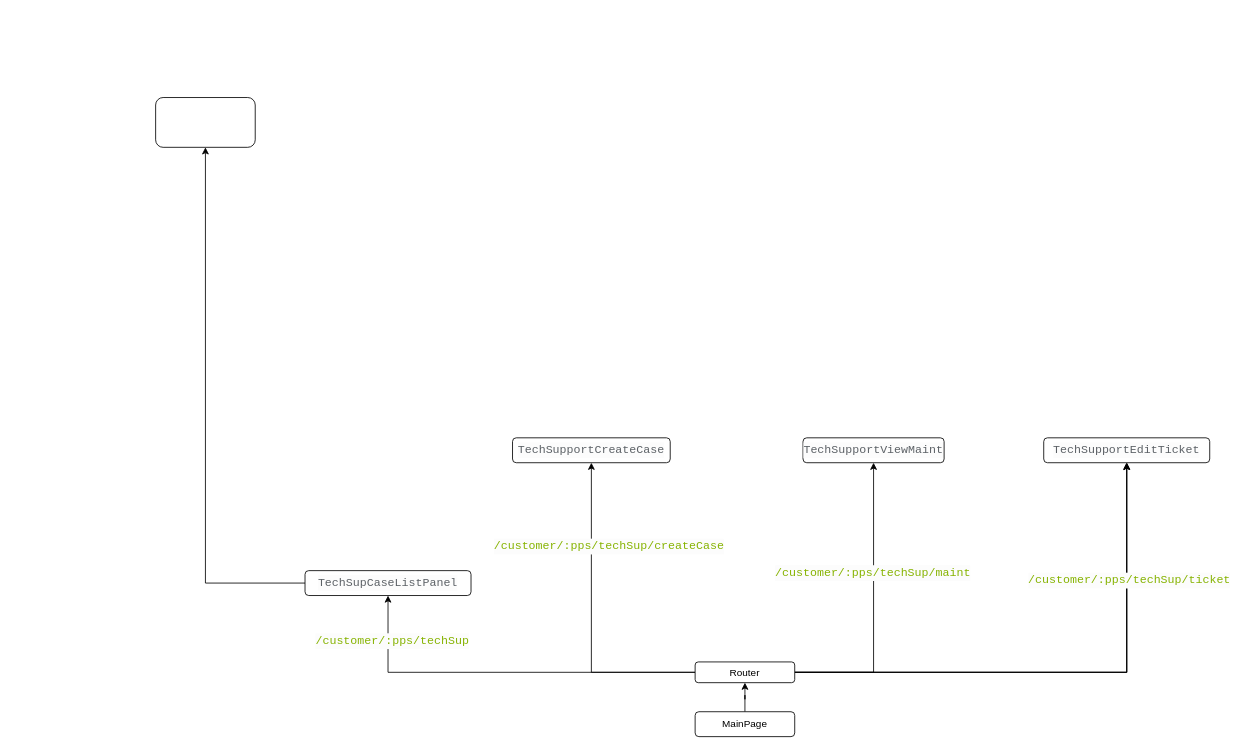
Above: aiom_render_tree.drawio in guidecheckwang1024/- (draw.io), before the change. Source tidied: cells renumbered, new cells numbered last; positions are measured from the earlier drawing's top-left corner, leaving out a move shared by most shapes. Both pictures are drawn from the tidied source at 83%, with x=0, y=0 at pixel (155, 97).
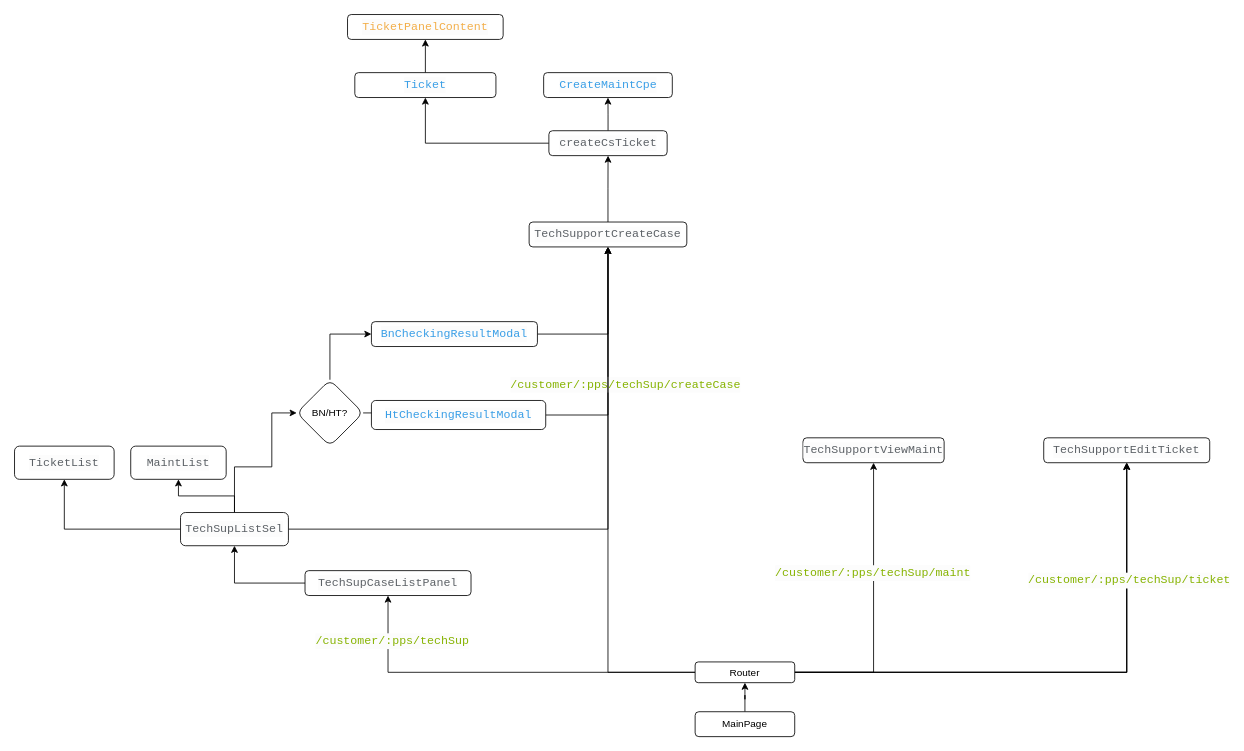
The same diagram, later.

What changed in the source:
```diff
@@
+    <mxCell id="21" style="edgeStyle=orthogonalEdgeStyle;rounded=0;jettySize=auto;html=1;" parent="1" edge="1" source="17" target="37">
+      <mxGeometry relative="1" as="geometry" />
+    </mxCell>
     <mxCell id="17" value="&lt;div style=&quot;color: rgb(92, 97, 102); background-color: rgb(252, 252, 252); font-family: Consolas, &amp;quot;Courier New&amp;quot;, monospace; font-size: 14px; line-height: 19px;&quot;&gt;TechSupportCreateCase&lt;/div&gt;" style="whiteSpace=wrap;html=1;rounded=1;" parent="1" vertex="1">
-      <mxGeometry x="430" y="410" width="190" height="30" as="geometry" />
+      <mxGeometry x="450" y="150" width="190" height="30" as="geometry" />
     </mxCell>
@@
+    <mxCell id="22" style="edgeStyle=orthogonalEdgeStyle;rounded=0;jettySize=auto;html=1;" parent="1" edge="1" source="20" target="26">
+      <mxGeometry relative="1" as="geometry" />
+    </mxCell>
+    <mxCell id="23" style="edgeStyle=orthogonalEdgeStyle;rounded=0;jettySize=auto;html=1;" parent="1" edge="1" source="20" target="27">
+      <mxGeometry relative="1" as="geometry" />
+    </mxCell>
+    <mxCell id="24" style="edgeStyle=orthogonalEdgeStyle;rounded=0;jettySize=auto;html=1;" parent="1" edge="1" source="20" target="30">
+      <mxGeometry relative="1" as="geometry">
+        <Array as="points">
+          <mxPoint x="95" y="445" />
+          <mxPoint x="140" y="445" />
+        </Array>
+      </mxGeometry>
+    </mxCell>
+    <mxCell id="25" style="edgeStyle=orthogonalEdgeStyle;rounded=0;jettySize=auto;html=1;exitX=1;exitY=0.5;exitDx=0;exitDy=0;entryX=0.5;entryY=1;entryDx=0;entryDy=0;" parent="1" edge="1" source="20" target="17">
+      <mxGeometry relative="1" as="geometry" />
+    </mxCell>
-    <mxCell id="20" style="whiteSpace=wrap;html=1;rounded=1;" parent="1" vertex="1">
-      <mxGeometry width="120" height="60" as="geometry" />
+    <mxCell id="20" value="&lt;div style=&quot;color: rgb(92, 97, 102); background-color: rgb(252, 252, 252); font-family: Consolas, &amp;quot;Courier New&amp;quot;, monospace; font-size: 14px; line-height: 19px;&quot;&gt;TechSupListSel&lt;/div&gt;" style="whiteSpace=wrap;html=1;rounded=1;" parent="1" vertex="1">
+      <mxGeometry x="30" y="500" width="130" height="40" as="geometry" />
     </mxCell>
+    <mxCell id="26" value="&lt;div style=&quot;color: rgb(92, 97, 102); background-color: rgb(252, 252, 252); font-family: Consolas, &amp;quot;Courier New&amp;quot;, monospace; font-size: 14px; line-height: 19px;&quot;&gt;TicketList&lt;/div&gt;" style="whiteSpace=wrap;html=1;rounded=1;" parent="1" vertex="1">
+      <mxGeometry x="-170" y="420" width="120" height="40" as="geometry" />
+    </mxCell>
+    <mxCell id="27" value="&lt;div style=&quot;color: rgb(92, 97, 102); background-color: rgb(252, 252, 252); font-family: Consolas, &amp;quot;Courier New&amp;quot;, monospace; font-size: 14px; line-height: 19px;&quot;&gt;MaintList&lt;/div&gt;" style="whiteSpace=wrap;html=1;rounded=1;" parent="1" vertex="1">
+      <mxGeometry x="-30" y="420" width="115" height="40" as="geometry" />
+    </mxCell>
+    <mxCell id="28" style="edgeStyle=orthogonalEdgeStyle;rounded=0;jettySize=auto;html=1;" parent="1" edge="1" source="30" target="32">
+      <mxGeometry relative="1" as="geometry">
+        <Array as="points">
+          <mxPoint x="210" y="285" />
+        </Array>
+      </mxGeometry>
+    </mxCell>
+    <mxCell id="29" style="edgeStyle=orthogonalEdgeStyle;rounded=0;jettySize=auto;html=1;" parent="1" edge="1" source="30" target="34">
+      <mxGeometry relative="1" as="geometry" />
+    </mxCell>
+    <mxCell id="30" value="BN/HT?" style="rhombus;whiteSpace=wrap;html=1;rounded=1;" parent="1" vertex="1">
+      <mxGeometry x="170" y="340" width="80" height="80" as="geometry" />
+    </mxCell>
+    <mxCell id="31" style="edgeStyle=orthogonalEdgeStyle;rounded=0;jettySize=auto;html=1;exitX=1;exitY=0.5;exitDx=0;exitDy=0;entryX=0.5;entryY=1;entryDx=0;entryDy=0;" parent="1" edge="1" source="32" target="17">
+      <mxGeometry relative="1" as="geometry" />
+    </mxCell>
+    <mxCell id="32" value="&lt;div style=&quot;color: rgb(92, 97, 102); background-color: rgb(252, 252, 252); font-family: Consolas, &amp;quot;Courier New&amp;quot;, monospace; font-size: 14px; line-height: 19px;&quot;&gt;&lt;span style=&quot;color: #399ee6;&quot;&gt;BnCheckingResultModal&lt;/span&gt;&lt;/div&gt;" style="whiteSpace=wrap;html=1;rounded=1;" parent="1" vertex="1">
+      <mxGeometry x="260" y="270" width="200" height="30" as="geometry" />
+    </mxCell>
+    <mxCell id="33" style="edgeStyle=orthogonalEdgeStyle;rounded=0;jettySize=auto;html=1;exitX=1;exitY=0.5;exitDx=0;exitDy=0;entryX=0.5;entryY=1;entryDx=0;entryDy=0;" parent="1" edge="1" source="34" target="17">
+      <mxGeometry relative="1" as="geometry" />
+    </mxCell>
+    <mxCell id="34" value="&lt;div style=&quot;color: rgb(92, 97, 102); background-color: rgb(252, 252, 252); font-family: Consolas, &amp;quot;Courier New&amp;quot;, monospace; font-size: 14px; line-height: 19px;&quot;&gt;&lt;span style=&quot;color: #399ee6;&quot;&gt;HtCheckingResultModal&lt;/span&gt;&lt;/div&gt;" style="whiteSpace=wrap;html=1;rounded=1;" parent="1" vertex="1">
+      <mxGeometry x="260" y="365" width="210" height="35" as="geometry" />
+    </mxCell>
+    <mxCell id="35" style="edgeStyle=orthogonalEdgeStyle;rounded=0;jettySize=auto;html=1;" parent="1" edge="1" source="37" target="39">
+      <mxGeometry relative="1" as="geometry" />
+    </mxCell>
+    <mxCell id="36" style="edgeStyle=orthogonalEdgeStyle;rounded=0;jettySize=auto;html=1;" parent="1" edge="1" source="37" target="40">
+      <mxGeometry relative="1" as="geometry" />
+    </mxCell>
+    <mxCell id="37" value="&lt;div style=&quot;color: rgb(92, 97, 102); background-color: rgb(252, 252, 252); font-family: Consolas, &amp;quot;Courier New&amp;quot;, monospace; font-size: 14px; line-height: 19px;&quot;&gt;createCsTicket&lt;/div&gt;" style="whiteSpace=wrap;html=1;rounded=1;" parent="1" vertex="1">
+      <mxGeometry x="473.8" y="40" width="142.5" height="30" as="geometry" />
+    </mxCell>
+    <mxCell id="38" style="edgeStyle=orthogonalEdgeStyle;rounded=0;jettySize=auto;html=1;" parent="1" edge="1" source="39" target="41">
+      <mxGeometry relative="1" as="geometry" />
+    </mxCell>
+    <mxCell id="39" value="&lt;div style=&quot;color: rgb(92, 97, 102); background-color: rgb(252, 252, 252); font-family: Consolas, &amp;quot;Courier New&amp;quot;, monospace; font-size: 14px; line-height: 19px;&quot;&gt;&lt;span style=&quot;color: #399ee6;&quot;&gt;Ticket&lt;/span&gt;&lt;/div&gt;" style="whiteSpace=wrap;html=1;rounded=1;" parent="1" vertex="1">
+      <mxGeometry x="240" y="-30" width="170" height="30" as="geometry" />
+    </mxCell>
+    <mxCell id="40" value="&lt;div style=&quot;color: rgb(92, 97, 102); background-color: rgb(252, 252, 252); font-family: Consolas, &amp;quot;Courier New&amp;quot;, monospace; font-size: 14px; line-height: 19px;&quot;&gt;&lt;span style=&quot;color: #399ee6;&quot;&gt;CreateMaintCpe&lt;/span&gt;&lt;/div&gt;" style="whiteSpace=wrap;html=1;rounded=1;" parent="1" vertex="1">
+      <mxGeometry x="467.5" y="-30" width="155" height="30" as="geometry" />
+    </mxCell>
+    <mxCell id="41" value="&lt;div style=&quot;color: rgb(92, 97, 102); background-color: rgb(252, 252, 252); font-family: Consolas, &amp;quot;Courier New&amp;quot;, monospace; font-size: 14px; line-height: 19px;&quot;&gt;&lt;span style=&quot;color: #f2ae49;&quot;&gt;TicketPanelContent&lt;/span&gt;&lt;/div&gt;" style="whiteSpace=wrap;html=1;rounded=1;" parent="1" vertex="1">
+      <mxGeometry x="231.2" y="-100" width="187.5" height="30" as="geometry" />
+    </mxCell>
```
